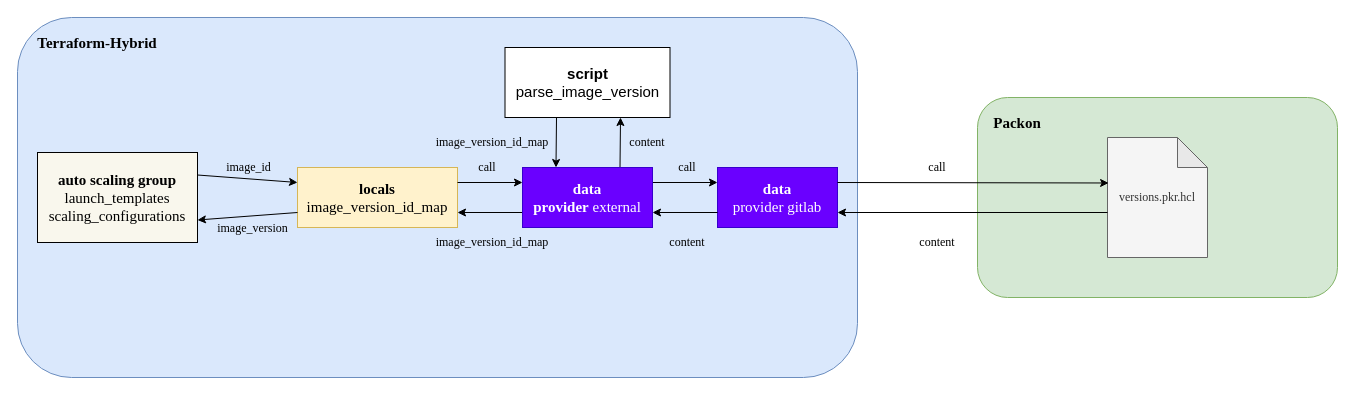
Earlier version of the draw.io diagram packon-terraform-hybrid-connection.drawio (YanshanSong/draw.io). Source tidied: cells renumbered, new cells numbered last; positions are measured from the earlier drawing's top-left corner, leaving out a move shared by most shapes. Both pictures are drawn from the tidied source at 100%, with x=0, y=0 at pixel (17, 17).
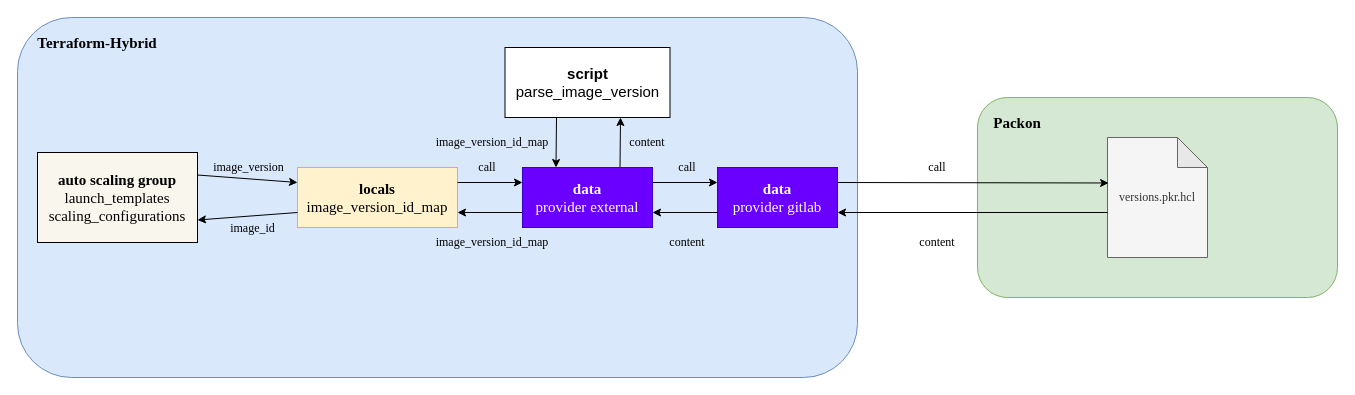
The same page after the edit.

Unchanged cells that the change refers to:
```xml
<mxCell id="4" value="&lt;font style=&quot;font-size: 15px;&quot; face=&quot;Times New Roman&quot;&gt;&lt;b&gt;auto scaling group&lt;/b&gt;&lt;br&gt;launch_templates&lt;br&gt;scaling_configurations&lt;/font&gt;" style="rounded=0;whiteSpace=wrap;html=1;fillColor=#f9f7ed;strokeColor=default;labelBorderColor=none;fontColor=default;" parent="1" vertex="1">
  <mxGeometry x="20" y="135" width="160" height="90" as="geometry" />
</mxCell>
<mxCell id="5" value="&lt;font style=&quot;font-size: 15px;&quot; face=&quot;Times New Roman&quot;&gt;&lt;b&gt;locals&lt;/b&gt;&lt;br&gt;image_version_id_map&lt;/font&gt;" style="rounded=0;whiteSpace=wrap;html=1;fillColor=#fff2cc;strokeColor=#d6b656;" parent="1" vertex="1">
  <mxGeometry x="280" y="150" width="160" height="60" as="geometry" />
</mxCell>
<mxCell id="7" style="endArrow=classic;html=1;rounded=0;entryX=1;entryY=0.75;entryDx=0;entryDy=0;exitX=0;exitY=0.75;exitDx=0;exitDy=0;" parent="1" edge="1" source="5" target="4">
  <mxGeometry relative="1" as="geometry" />
</mxCell>
<mxCell id="25" style="group;" parent="1" vertex="1">
  <mxGeometry x="487.5" y="30" width="165" height="180" as="geometry" />
</mxCell>
```

The edit, as a diff of the source:
```diff
@@
-    <mxCell id="6" value="&lt;font style=&quot;font-size: 12px;&quot;&gt;image_id&lt;/font&gt;" style="endArrow=classic;html=1;rounded=0;exitX=1;exitY=0.25;exitDx=0;exitDy=0;entryX=0;entryY=0.25;entryDx=0;entryDy=0;labelBackgroundColor=none;fontSize=11;fontFamily=Times New Roman;" parent="1" edge="1" source="4" target="5">
+    <mxCell id="6" value="&lt;font style=&quot;font-size: 12px;&quot;&gt;image_version&lt;/font&gt;" style="endArrow=classic;html=1;rounded=0;exitX=1;exitY=0.25;exitDx=0;exitDy=0;entryX=0;entryY=0.25;entryDx=0;entryDy=0;labelBackgroundColor=none;fontSize=11;fontFamily=Times New Roman;" parent="1" edge="1" source="4" target="5">
       <mxGeometry y="11" relative="1" as="geometry" />
     </mxCell>
@@
-    <mxCell id="8" value="&lt;font style=&quot;font-size: 12px;&quot;&gt;image_version&lt;/font&gt;" style="edgeLabel;html=1;align=center;verticalAlign=middle;labelBackgroundColor=none;fontFamily=Times New Roman;fontSize=11;" parent="7" vertex="1">
+    <mxCell id="8" value="&lt;font style=&quot;font-size: 12px;&quot;&gt;image_id&lt;br&gt;&lt;/font&gt;" style="edgeLabel;html=1;align=center;verticalAlign=middle;labelBackgroundColor=none;fontFamily=Times New Roman;fontSize=11;" parent="7" vertex="1">
       <mxGeometry x="-0.11" y="-3" relative="1" as="geometry">
         <mxPoint y="15" as="offset" />
       </mxGeometry>
     </mxCell>
@@
-    <mxCell id="26" value="&lt;font style=&quot;font-size: 15px;&quot;&gt;&lt;b style=&quot;&quot;&gt;data&lt;br style=&quot;&quot;&gt;provider&amp;nbsp;&lt;/b&gt;external&lt;/font&gt;" style="rounded=0;whiteSpace=wrap;html=1;fillColor=#6a00ff;strokeColor=#3700CC;fontColor=#ffffff;fontFamily=Times New Roman;fontSize=15;" parent="25" vertex="1">
+    <mxCell id="26" value="&lt;font style=&quot;font-size: 15px;&quot;&gt;&lt;b&gt;data&lt;/b&gt;&lt;br style=&quot;&quot;&gt;provider&lt;b style=&quot;&quot;&gt;&amp;nbsp;&lt;/b&gt;external&lt;/font&gt;" style="rounded=0;whiteSpace=wrap;html=1;fillColor=#6a00ff;strokeColor=#3700CC;fontColor=#ffffff;fontFamily=Times New Roman;fontSize=15;" parent="25" vertex="1">
       <mxGeometry x="17.5" y="120" width="130" height="60" as="geometry" />
     </mxCell>
```
